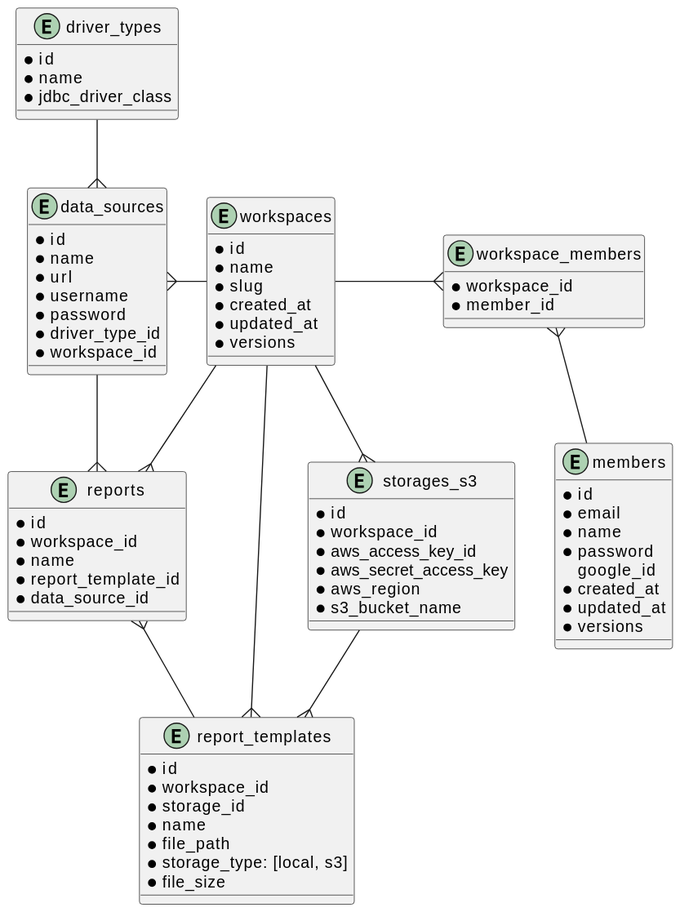
Above: docs/db/diagram.svg in ijufumi/openreports-api (PlantUML), before the change.
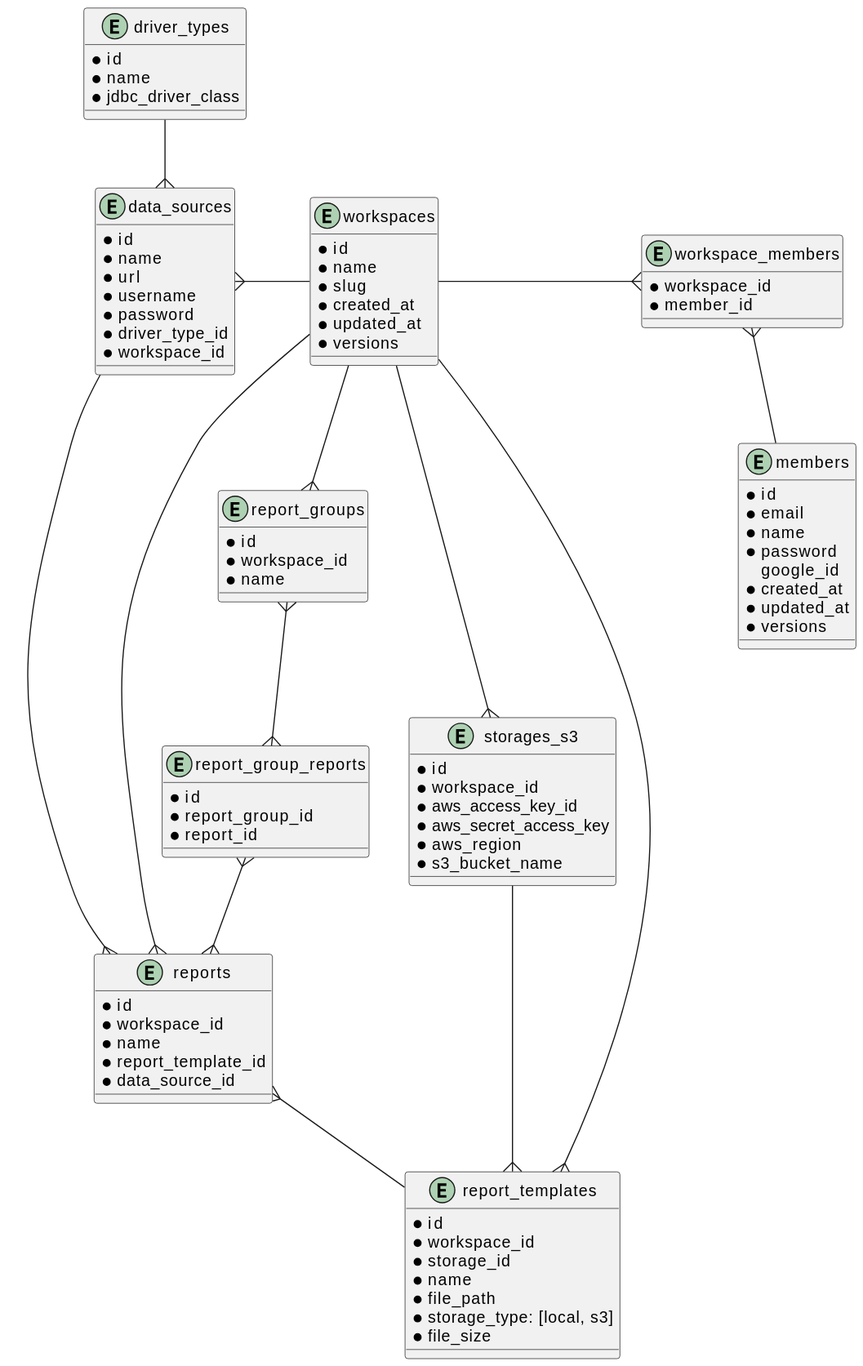
The same file after the commit.

What changed in the source:
```diff
@@ -58,6 +58,18 @@
   * file_size
 }
 
+entity report_groups {
+  * id
+  * workspace_id
+  * name
+}
+
+entity report_group_reports {
+  * id
+  * report_group_id
+  * report_id
+}
+
 entity storages_s3 {
   * id
   * workspace_id
@@ -72,7 +84,10 @@
 workspaces --l{ data_sources
 workspaces --{ reports
 workspaces --{ report_templates
+workspaces --{ report_groups
 reports }-- report_templates
+report_groups }--{ report_group_reports
+report_group_reports }--{ reports
 driver_types --{ data_sources
 data_sources --{ reports
 workspaces --{ storages_s3
```
